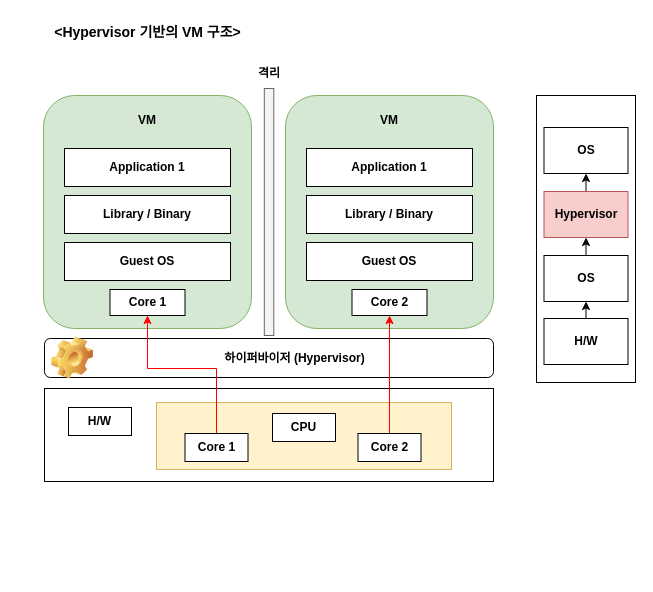
Earlier version of the draw.io diagram io/Build_Server_Comparing.drawio (Jiwon-lee-me/cicd-web-project). Source tidied: cells renumbered, new cells numbered last; positions are measured from the earlier drawing's top-left corner, leaving out a move shared by most shapes. Both pictures are drawn from the tidied source at 100%, with x=0, y=0 at pixel (17, 17).
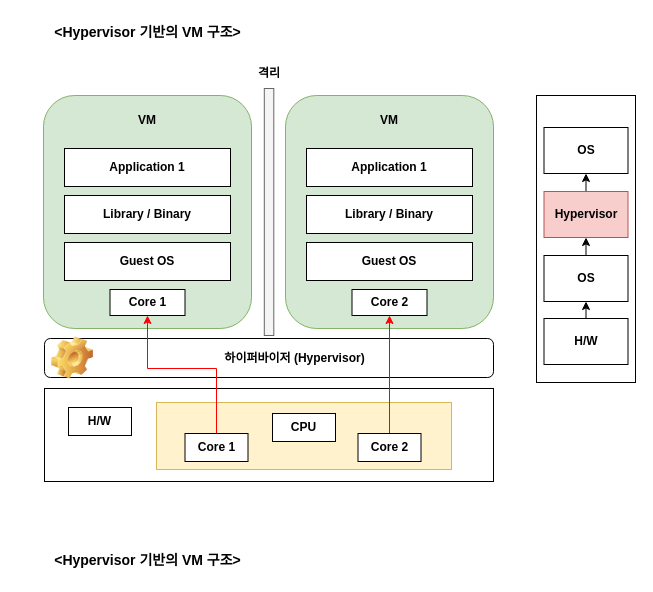
After the change.

What changed in the source:
```diff
@@
+    <mxCell id="34" value="&lt;b&gt;&lt;font style=&quot;font-size: 14px;&quot;&gt;&amp;lt;Hypervisor 기반의 VM 구조&amp;gt;&lt;/font&gt;&lt;/b&gt;" style="text;html=1;strokeColor=none;fillColor=none;align=center;verticalAlign=middle;whiteSpace=wrap;rounded=0;" parent="1" vertex="1">
+      <mxGeometry x="-0.2" y="528" width="260.5" height="30" as="geometry" />
+    </mxCell>
```
